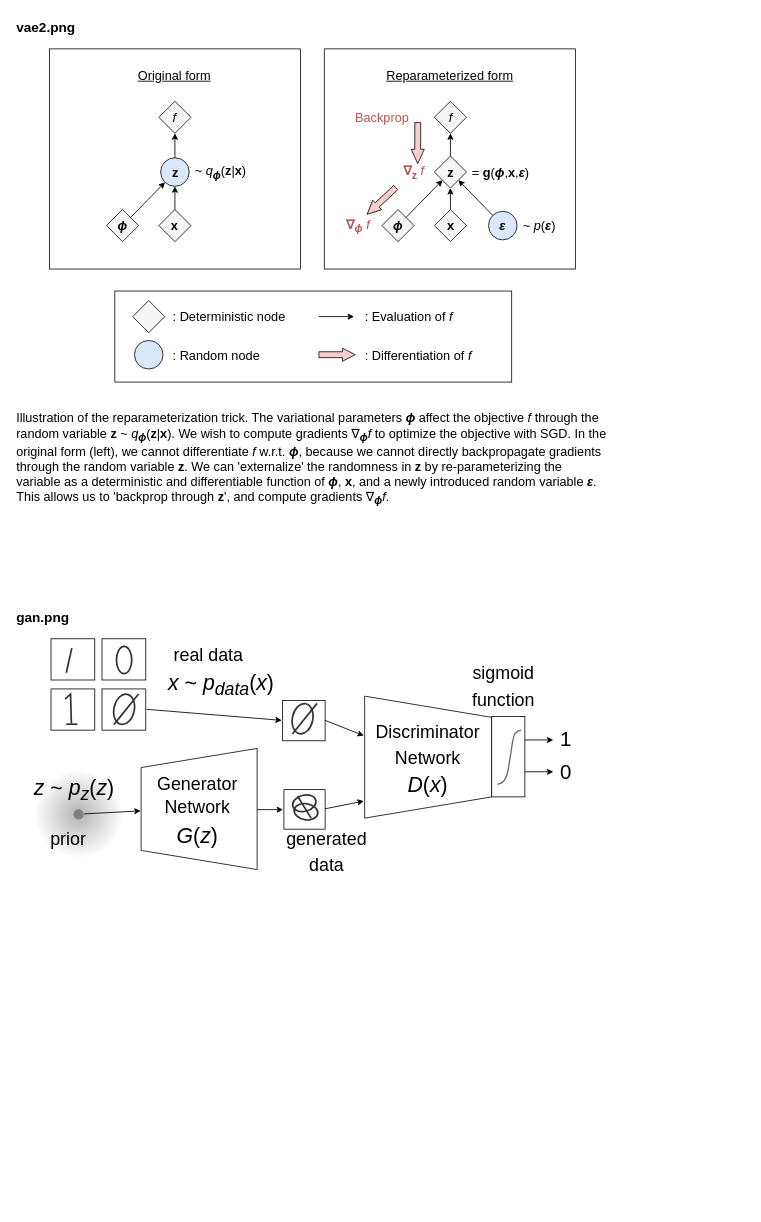
This is assets/vae-gan/vae-gan.drawio from brunomaga/brunomaga.github.io, a draw.io file, before an edit. Source tidied: cells renumbered, new cells numbered last; positions are measured from the earlier drawing's top-left corner, leaving out a move shared by most shapes. Both pictures are drawn from the tidied source at 85%, with x=0, y=0 at pixel (14, 14). Pictures stored in the file or linked from it are replaced by grey dashed boxes.
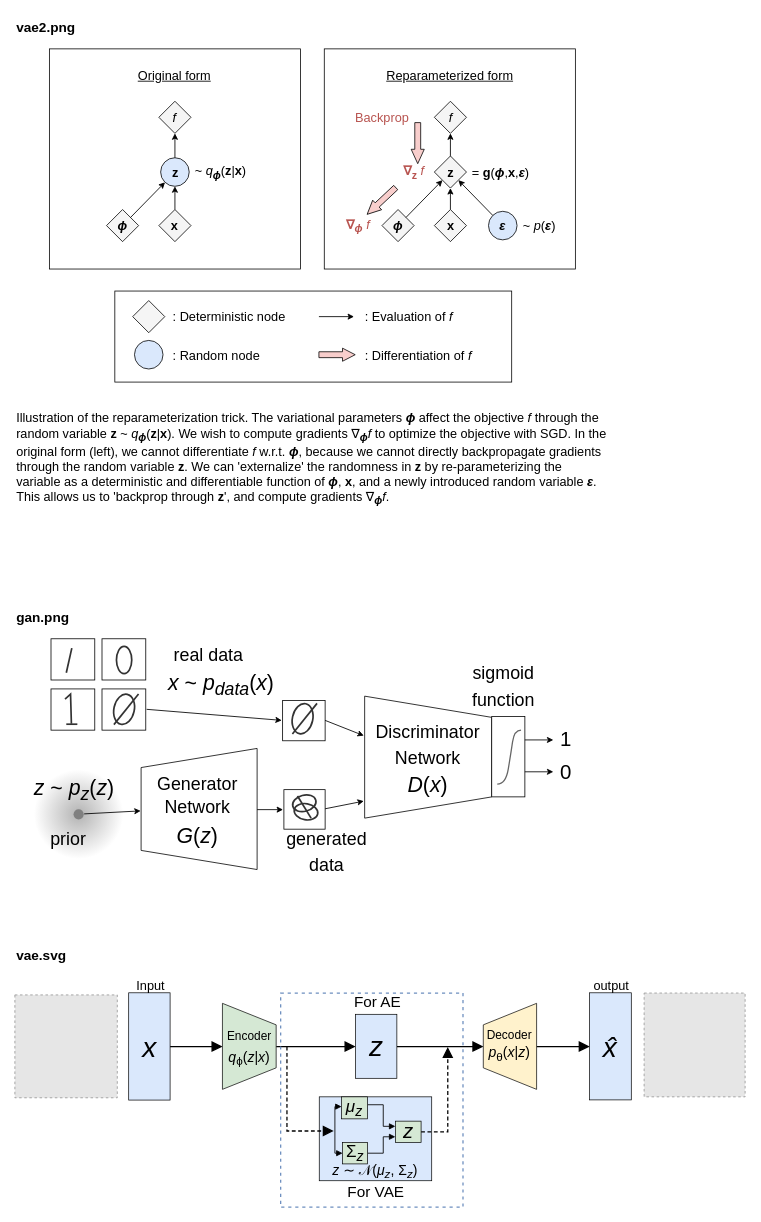
The same diagram, later.

What changed in the source:
```diff
@@
+    <mxCell id="90" value="vae.svg" style="text;html=1;align=left;verticalAlign=middle;fontStyle=1;fontSize=16;" parent="1" vertex="1">
+      <mxGeometry y="1091" width="600" height="30" as="geometry" />
+    </mxCell>
+    <mxCell id="91" style="group;" parent="1" vertex="1">
+      <mxGeometry y="1131" width="859.1" height="271.7" as="geometry" />
+    </mxCell>
+    <mxCell id="92" style="rounded=0;whiteSpace=wrap;html=1;fillColor=#dae8fc;fontSize=14;strokeColor=#000000;strokeWidth=0.83;" parent="91" vertex="1">
+      <mxGeometry x="358.1" y="141.9" width="132.3" height="98.7" as="geometry" />
+    </mxCell>
+    <mxCell id="93" style="endArrow=block;startArrow=none;html=1;rounded=0;strokeColor=#000000;strokeWidth=1.5;endFill=1;endSize=9;startSize=9;" parent="91" edge="1">
+      <mxGeometry relative="1" as="geometry">
+        <mxPoint x="182.6" y="82.8" as="sourcePoint" />
+        <mxPoint x="244.2" y="82.8" as="targetPoint" />
+      </mxGeometry>
+    </mxCell>
+    <mxCell id="94" style="endArrow=block;startArrow=none;html=1;rounded=0;strokeColor=#000000;strokeWidth=1.5;endFill=1;endSize=9;startSize=9;" parent="91" edge="1">
+      <mxGeometry relative="1" as="geometry">
+        <mxPoint x="307.4" y="82.8" as="sourcePoint" />
+        <mxPoint x="400.7" y="82.8" as="targetPoint" />
+      </mxGeometry>
+    </mxCell>
+    <mxCell id="95" style="endArrow=block;startArrow=none;html=1;rounded=0;strokeColor=#000000;strokeWidth=1.5;endFill=1;endSize=9;startSize=9;" parent="91" edge="1">
+      <mxGeometry relative="1" as="geometry">
+        <mxPoint x="449.4" y="82.8" as="sourcePoint" />
+        <mxPoint x="551.1" y="82.8" as="targetPoint" />
+      </mxGeometry>
+    </mxCell>
+    <mxCell id="96" style="endArrow=block;startArrow=none;html=1;rounded=0;strokeColor=#000000;strokeWidth=1.5;endFill=1;endSize=9;startSize=9;" parent="91" edge="1">
+      <mxGeometry relative="1" as="geometry">
+        <mxPoint x="613.8" y="82.8" as="sourcePoint" />
+        <mxPoint x="676.2" y="82.8" as="targetPoint" />
+      </mxGeometry>
+    </mxCell>
+    <mxCell id="97" style="endArrow=block;startArrow=none;html=1;rounded=0;strokeColor=#000000;strokeWidth=1.5;endFill=1;endSize=9;startSize=9;dashed=1;dashPattern=3 2;" parent="91" edge="1">
+      <mxGeometry relative="1" as="geometry">
+        <mxPoint x="320.1" y="82.8" as="sourcePoint" />
+        <mxPoint x="375.1" y="182.1" as="targetPoint" />
+        <Array as="points">
+          <mxPoint x="320.1" y="182.1" />
+        </Array>
+      </mxGeometry>
+    </mxCell>
+    <mxCell id="98" style="endArrow=block;startArrow=none;html=1;rounded=0;strokeColor=#000000;strokeWidth=1.5;endFill=1;endSize=9;startSize=9;dashed=1;dashPattern=3 2;" parent="91" edge="1">
+      <mxGeometry relative="1" as="geometry">
+        <mxPoint x="477.9" y="183.2" as="sourcePoint" />
+        <mxPoint x="509.3" y="83.3" as="targetPoint" />
+        <Array as="points">
+          <mxPoint x="509.3" y="183.2" />
+        </Array>
+      </mxGeometry>
+    </mxCell>
+    <mxCell id="99" style="endArrow=block;startArrow=none;html=1;rounded=0;strokeColor=#000000;strokeWidth=1;endFill=1;endSize=5;startSize=5;" parent="91" edge="1">
+      <mxGeometry relative="1" as="geometry">
+        <mxPoint x="376.5" y="182.1" as="sourcePoint" />
+        <mxPoint x="384.4" y="153.4" as="targetPoint" />
+        <Array as="points">
+          <mxPoint x="376.5" y="153.4" />
+        </Array>
+      </mxGeometry>
+    </mxCell>
+    <mxCell id="100" style="endArrow=block;startArrow=none;html=1;rounded=0;strokeColor=#000000;strokeWidth=1;endFill=1;endSize=5;startSize=5;" parent="91" edge="1">
+      <mxGeometry relative="1" as="geometry">
+        <mxPoint x="376.5" y="182.1" as="sourcePoint" />
+        <mxPoint x="385.6" y="208.2" as="targetPoint" />
+        <Array as="points">
+          <mxPoint x="376.5" y="208.2" />
+        </Array>
+      </mxGeometry>
+    </mxCell>
+    <mxCell id="101" style="endArrow=block;startArrow=none;html=1;rounded=0;strokeColor=#000000;strokeWidth=1;endFill=1;endSize=5;startSize=5;" parent="91" edge="1">
+      <mxGeometry relative="1" as="geometry">
+        <mxPoint x="415" y="151.2" as="sourcePoint" />
+        <mxPoint x="447.7" y="176.6" as="targetPoint" />
+        <Array as="points">
+          <mxPoint x="433.4" y="151.2" />
+          <mxPoint x="433.4" y="176.6" />
+        </Array>
+      </mxGeometry>
+    </mxCell>
+    <mxCell id="102" style="endArrow=block;startArrow=none;html=1;rounded=0;strokeColor=#000000;strokeWidth=1;endFill=1;endSize=5;startSize=5;" parent="91" edge="1">
+      <mxGeometry relative="1" as="geometry">
+        <mxPoint x="415" y="208.2" as="sourcePoint" />
+        <mxPoint x="447.7" y="188.9" as="targetPoint" />
+        <Array as="points">
+          <mxPoint x="433.4" y="208.2" />
+          <mxPoint x="433.4" y="188.9" />
+        </Array>
+      </mxGeometry>
+    </mxCell>
+    <mxCell id="103" style="fillColor=#E6E6E6;strokeColor=#999999;dashed=1;" parent="91" vertex="1">
+      <mxGeometry y="22" width="120.5" height="121" as="geometry" />
+    </mxCell>
+    <mxCell id="104" style="fillColor=#E6E6E6;strokeColor=#999999;dashed=1;" parent="91" vertex="1">
+      <mxGeometry x="740.3" y="19.8" width="118.8" height="122.1" as="geometry" />
+    </mxCell>
+    <mxCell id="105" value="&lt;i&gt;x&lt;/i&gt;" style="rounded=0;whiteSpace=wrap;html=1;fillColor=#dae8fc;fontSize=33;strokeColor=#000000;strokeWidth=0.83;" parent="91" vertex="1">
+      <mxGeometry x="133.9" y="19.5" width="48.7" height="126.2" as="geometry" />
+    </mxCell>
+    <mxCell id="106" value="&lt;i&gt;x̂&lt;/i&gt;" style="rounded=0;whiteSpace=wrap;html=1;fillColor=#dae8fc;fontSize=33;strokeColor=#000000;strokeWidth=0.83;" parent="91" vertex="1">
+      <mxGeometry x="676.2" y="19.5" width="49" height="126" as="geometry" />
+    </mxCell>
+    <mxCell id="107" style="shape=trapezoid;perimeter=trapezoidPerimeter;whiteSpace=wrap;html=1;fixedSize=0;size=0.25;direction=south;fillColor=#d5e8d4;strokeColor=#000000;strokeWidth=0.83;" parent="91" vertex="1">
+      <mxGeometry x="244.2" y="31.9" width="63.2" height="101.2" as="geometry" />
+    </mxCell>
+    <mxCell id="108" style="shape=trapezoid;perimeter=trapezoidPerimeter;whiteSpace=wrap;html=1;fixedSize=0;size=0.25;direction=north;fillColor=#fff2cc;strokeColor=#000000;strokeWidth=0.83;" parent="91" vertex="1">
+      <mxGeometry x="551.1" y="31.9" width="62.7" height="101.2" as="geometry" />
+    </mxCell>
+    <mxCell id="109" value="&lt;i&gt;z&lt;/i&gt;" style="rounded=0;whiteSpace=wrap;html=1;fillColor=#dae8fc;fontSize=33;strokeColor=#000000;strokeWidth=0.83;" parent="91" vertex="1">
+      <mxGeometry x="400.7" y="44.8" width="48.7" height="75.3" as="geometry" />
+    </mxCell>
+    <mxCell id="110" value="&lt;i&gt;μ&lt;/i&gt;&lt;sub&gt;&lt;i&gt;z&lt;/i&gt;&lt;/sub&gt;" style="rounded=0;whiteSpace=wrap;html=1;fillColor=#d5e8d4;fontSize=20;strokeColor=#000000;strokeWidth=0.83;" parent="91" vertex="1">
+      <mxGeometry x="384.4" y="141.9" width="30.5" height="25.9" as="geometry" />
+    </mxCell>
+    <mxCell id="111" value="Σ&lt;sub&gt;&lt;i&gt;z&lt;/i&gt;&lt;/sub&gt;" style="rounded=0;whiteSpace=wrap;html=1;fillColor=#d5e8d4;fontSize=20;strokeColor=#000000;strokeWidth=0.83;" parent="91" vertex="1">
+      <mxGeometry x="385.6" y="195.5" width="29.4" height="25.3" as="geometry" />
+    </mxCell>
+    <mxCell id="112" value="&lt;i&gt;z&lt;/i&gt;" style="rounded=0;whiteSpace=wrap;html=1;fillColor=#d5e8d4;fontSize=24;strokeColor=#000000;strokeWidth=0.83;" parent="91" vertex="1">
+      <mxGeometry x="447.7" y="170.5" width="30.2" height="25" as="geometry" />
+    </mxCell>
+    <mxCell id="113" value="Input" style="text;html=1;whiteSpace=wrap;align=center;verticalAlign=middle;fontSize=15;" parent="91" vertex="1">
+      <mxGeometry x="120" width="80" height="22" as="geometry" />
+    </mxCell>
+    <mxCell id="114" value="output" style="text;html=1;whiteSpace=wrap;align=center;verticalAlign=middle;fontSize=15;" parent="91" vertex="1">
+      <mxGeometry x="662.1" y="0.3" width="80" height="22" as="geometry" />
+    </mxCell>
+    <mxCell id="115" value="Encoder" style="text;html=1;whiteSpace=wrap;align=center;verticalAlign=middle;fontSize=14;" parent="91" vertex="1">
+      <mxGeometry x="241.1" y="60.1" width="70" height="20" as="geometry" />
+    </mxCell>
+    <mxCell id="116" value="&lt;i&gt;q&lt;/i&gt;&lt;sub&gt;ϕ&lt;/sub&gt;(&lt;i&gt;z&lt;/i&gt;|&lt;i&gt;x&lt;/i&gt;)" style="text;html=1;whiteSpace=wrap;align=center;verticalAlign=middle;fontSize=16.5;" parent="91" vertex="1">
+      <mxGeometry x="236.1" y="84.8" width="80" height="24" as="geometry" />
+    </mxCell>
+    <mxCell id="117" value="Decoder" style="text;html=1;whiteSpace=wrap;align=center;verticalAlign=middle;fontSize=14;" parent="91" vertex="1">
+      <mxGeometry x="547.2" y="59" width="70" height="20" as="geometry" />
+    </mxCell>
+    <mxCell id="118" value="&lt;i&gt;p&lt;/i&gt;&lt;sub&gt;θ&lt;/sub&gt;(&lt;i&gt;x&lt;/i&gt;|&lt;i&gt;z&lt;/i&gt;)" style="text;html=1;whiteSpace=wrap;align=center;verticalAlign=middle;fontSize=16.5;" parent="91" vertex="1">
+      <mxGeometry x="542.2" y="80.1" width="80" height="24" as="geometry" />
+    </mxCell>
+    <mxCell id="119" value="For AE" style="text;html=1;whiteSpace=wrap;align=center;verticalAlign=middle;fontSize=18;" parent="91" vertex="1">
+      <mxGeometry x="386.8" y="18.4" width="80" height="26" as="geometry" />
+    </mxCell>
+    <mxCell id="120" value="&lt;i&gt;z&lt;/i&gt; ∼ 𝒩(&lt;i&gt;μ&lt;/i&gt;&lt;sub&gt;&lt;i&gt;z&lt;/i&gt;&lt;/sub&gt;, Σ&lt;sub&gt;&lt;i&gt;z&lt;/i&gt;&lt;/sub&gt;)" style="text;html=1;whiteSpace=wrap;align=center;verticalAlign=middle;fontSize=16.5;" parent="91" vertex="1">
+      <mxGeometry x="354.3" y="218.2" width="140" height="24" as="geometry" />
+    </mxCell>
+    <mxCell id="121" value="For VAE" style="text;html=1;whiteSpace=wrap;align=center;verticalAlign=middle;fontSize=18;" parent="91" vertex="1">
+      <mxGeometry x="380.1" y="240.6" width="90" height="26" as="geometry" />
+    </mxCell>
+    <mxCell id="122" style="rounded=0;whiteSpace=wrap;html=1;fillColor=none;strokeColor=#6c8ebf;fontSize=14;strokeWidth=1.5;dashed=1;dashPattern=2.5 3;" parent="91" vertex="1">
+      <mxGeometry x="312.7" y="19.8" width="214.5" height="251.9" as="geometry" />
+    </mxCell>
```
